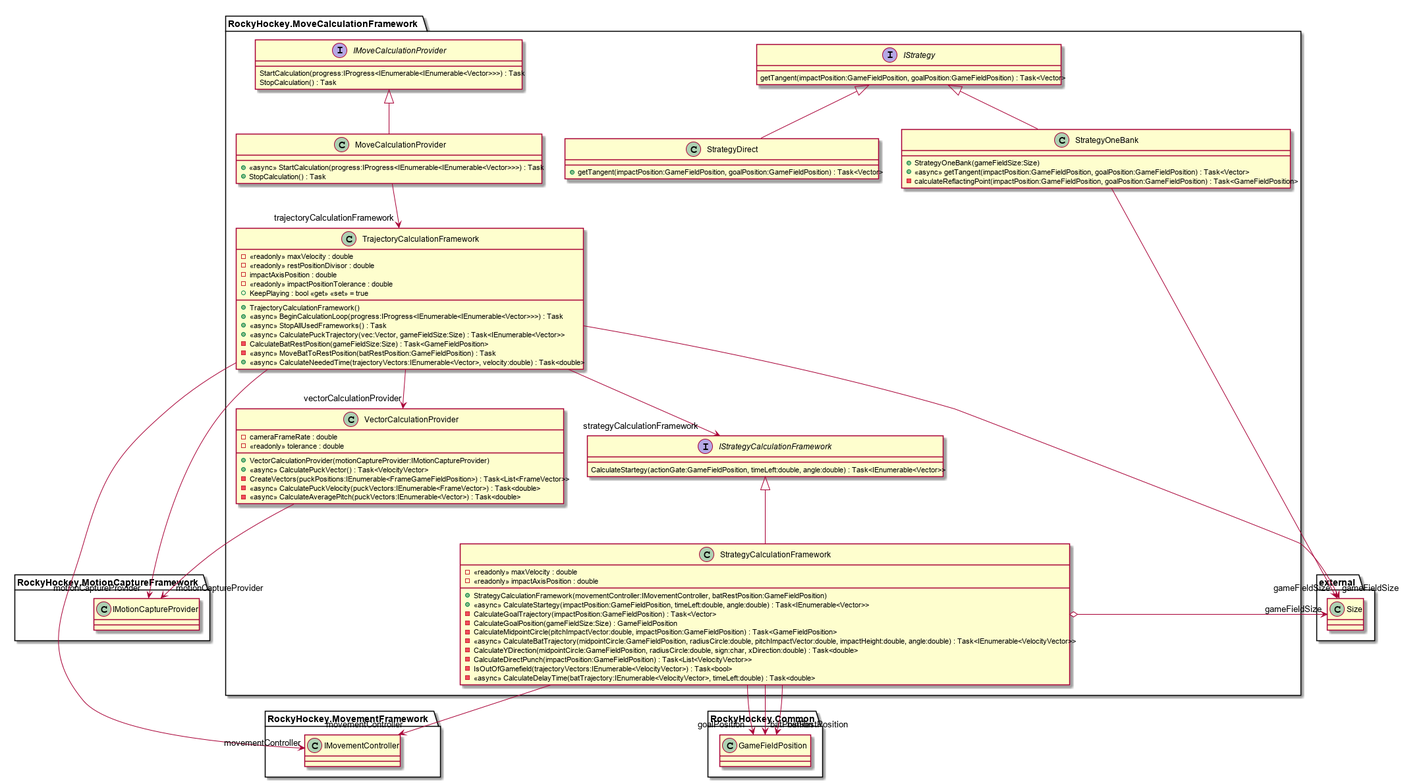
Before: diagrams/RockyHockey.MoveCalculationFramework.png, a diagram exported from PlantUML (R-Studios/Rocky-Hockey-IV). Source of this version:
```plantuml
@startuml
namespace RockyHockey.MoveCalculationFramework {
	interface IMoveCalculationProvider {
	    StartCalculation(progress:IProgress<IEnumerable<IEnumerable<Vector>>>) : Task
	    StopCalculation() : Task
	}
}
namespace RockyHockey.MoveCalculationFramework {
	interface IStrategy {
	    getTangent(impactPosition:GameFieldPosition, goalPosition:GameFieldPosition) : Task<Vector>
	}
}
namespace RockyHockey.MoveCalculationFramework {
	interface IStrategyCalculationFramework {
	    CalculateStartegy(actionGate:GameFieldPosition, timeLeft:double, angle:double) : Task<IEnumerable<Vector>>
	}
}
namespace RockyHockey.MoveCalculationFramework {
	class MoveCalculationProvider {
	    + <<async>> StartCalculation(progress:IProgress<IEnumerable<IEnumerable<Vector>>>) : Task
	    + StopCalculation() : Task
	}
	RockyHockey.MoveCalculationFramework.IMoveCalculationProvider <|-- MoveCalculationProvider
	MoveCalculationProvider --> "trajectoryCalculationFramework" RockyHockey.MoveCalculationFramework.TrajectoryCalculationFramework
}
namespace RockyHockey.MoveCalculationFramework {
	class StrategyCalculationFramework {
	    - <<readonly>> maxVelocity : double
	    - <<readonly>> impactAxisPosition : double
	    + StrategyCalculationFramework(movementController:IMovementController, batRestPosition:GameFieldPosition)
	    + <<async>> CalculateStartegy(impactPosition:GameFieldPosition, timeLeft:double, angle:double) : Task<IEnumerable<Vector>>
	    - CalculateGoalTrajectory(impactPosition:GameFieldPosition) : Task<Vector>
	    - CalculateGoalPosition(gameFieldSize:Size) : GameFieldPosition
	    - CalculateMidpointCircle(pitchImpactVector:double, impactPosition:GameFieldPosition) : Task<GameFieldPosition>
	    - <<async>> CalculateBatTrajectory(midpointCircle:GameFieldPosition, radiusCircle:double, pitchImpactVector:double, impactHeight:double, angle:double) : Task<IEnumerable<VelocityVector>>
	    - CalculateYDirection(midpointCircle:GameFieldPosition, radiusCircle:double, sign:char, xDirection:double) : Task<double>
	    - CalculateDirectPunch(impactPosition:GameFieldPosition) : Task<List<VelocityVector>>
	    - IsOutOfGamefield(trajectoryVectors:IEnumerable<VelocityVector>) : Task<bool>
	    - <<async>> CalculateDelayTime(batTrajectory:IEnumerable<VelocityVector>, timeLeft:double) : Task<double>
	}
	RockyHockey.MoveCalculationFramework.IStrategyCalculationFramework <|-- StrategyCalculationFramework
	StrategyCalculationFramework --> "goalPosition" RockyHockey.Common.GameFieldPosition
	StrategyCalculationFramework --> "batPosition" RockyHockey.Common.GameFieldPosition
	StrategyCalculationFramework --> "movementController" RockyHockey.MovementFramework.IMovementController
	StrategyCalculationFramework o-> "gameFieldSize" external.Size
	StrategyCalculationFramework --> "batRestPosition" RockyHockey.Common.GameFieldPosition
}
namespace RockyHockey.MoveCalculationFramework {
	class StrategyDirect {
	    + getTangent(impactPosition:GameFieldPosition, goalPosition:GameFieldPosition) : Task<Vector>
	}
	RockyHockey.MoveCalculationFramework.IStrategy <|-- StrategyDirect
}
namespace RockyHockey.MoveCalculationFramework {
	class StrategyOneBank {
	    + StrategyOneBank(gameFieldSize:Size)
	    + <<async>> getTangent(impactPosition:GameFieldPosition, goalPosition:GameFieldPosition) : Task<Vector>
	    - calculateReflactingPoint(impactPosition:GameFieldPosition, goalPosition:GameFieldPosition) : Task<GameFieldPosition>
	}
	RockyHockey.MoveCalculationFramework.IStrategy <|-- StrategyOneBank
	StrategyOneBank --> "gameFieldSize" external.Size
}
namespace RockyHockey.MoveCalculationFramework {
	class TrajectoryCalculationFramework {
	    + TrajectoryCalculationFramework()
	    - <<readonly>> maxVelocity : double
	    - <<readonly>> restPositionDivisor : double
	    - impactAxisPosition : double
	    - <<readonly>> impactPositionTolerance : double
	    + KeepPlaying : bool <<get>> <<set>> = true
	    + <<async>> BeginCalculationLoop(progress:IProgress<IEnumerable<IEnumerable<Vector>>>) : Task
	    + <<async>> StopAllUsedFrameworks() : Task
	    + <<async>> CalculatePuckTrajectory(vec:Vector, gameFieldSize:Size) : Task<IEnumerable<Vector>>
	    - CalculateBatRestPosition(gameFieldSize:Size) : Task<GameFieldPosition>
	    - <<async>> MoveBatToRestPosition(batRestPosition:GameFieldPosition) : Task
	    + <<async>> CalculateNeededTime(trajectoryVectors:IEnumerable<Vector>, velocity:double) : Task<double>
	}
	TrajectoryCalculationFramework --> "gameFieldSize" external.Size
	TrajectoryCalculationFramework --> "motionCaptureProvider" RockyHockey.MotionCaptureFramework.IMotionCaptureProvider
	TrajectoryCalculationFramework --> "movementController" RockyHockey.MovementFramework.IMovementController
	TrajectoryCalculationFramework --> "strategyCalculationFramework" RockyHockey.MoveCalculationFramework.IStrategyCalculationFramework
	TrajectoryCalculationFramework --> "vectorCalculationProvider" RockyHockey.MoveCalculationFramework.VectorCalculationProvider
}
namespace RockyHockey.MoveCalculationFramework {
	class VectorCalculationProvider {
	    + VectorCalculationProvider(motionCaptureProvider:IMotionCaptureProvider)
	    - cameraFrameRate : double
	    - <<readonly>> tolerance : double
	    + <<async>> CalculatePuckVector() : Task<VelocityVector>
	    - CreateVectors(puckPositions:IEnumerable<FrameGameFieldPosition>) : Task<List<FrameVector>>
	    - <<async>> CalculatePuckVelocity(puckVectors:IEnumerable<FrameVector>) : Task<double>
	    - <<async>> CalculateAveragePitch(puckVectors:IEnumerable<Vector>) : Task<double>
	}
	VectorCalculationProvider --> "motionCaptureProvider" RockyHockey.MotionCaptureFramework.IMotionCaptureProvider
}
@enduml
```
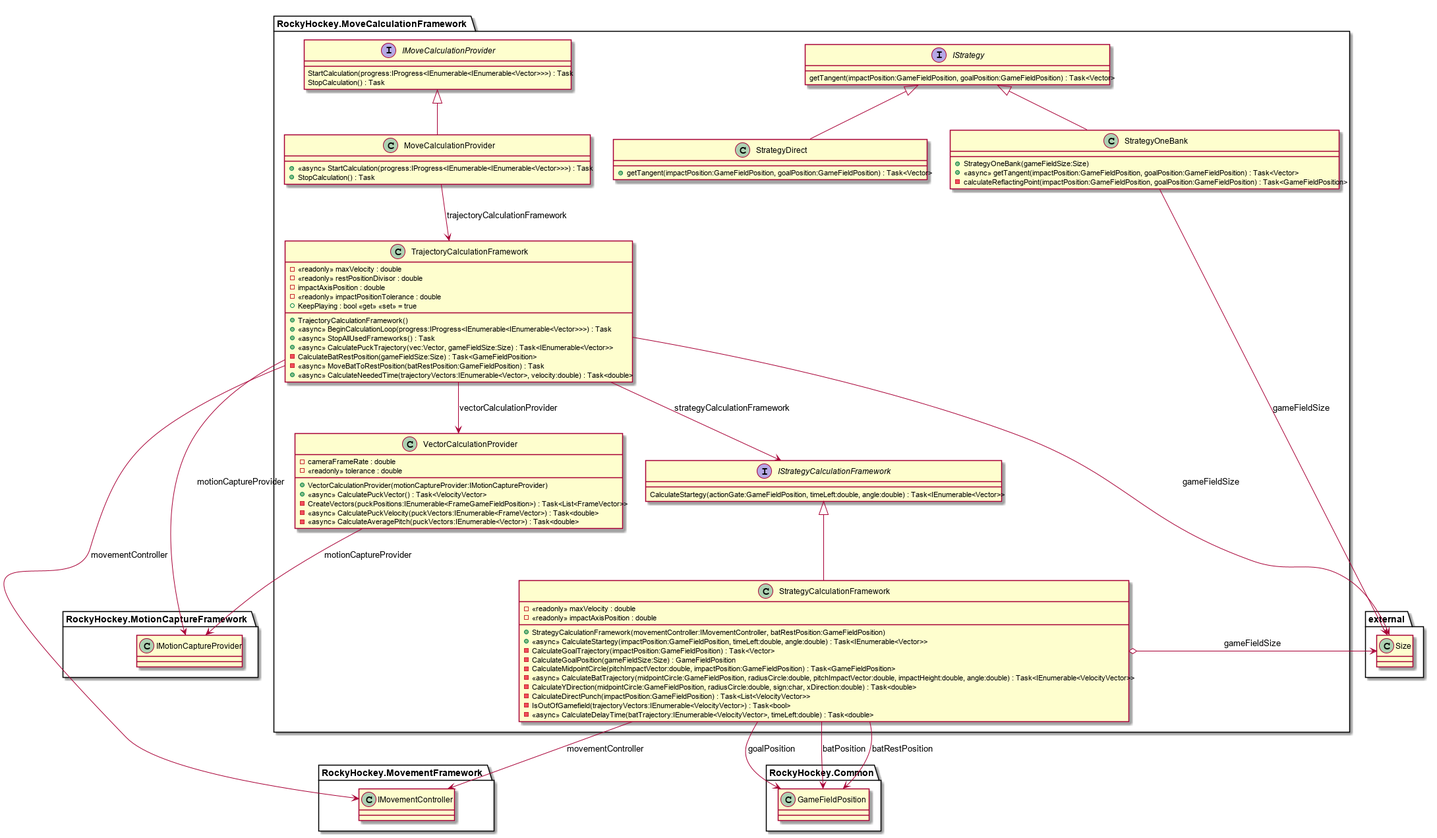
Later version of the same file.

The edit, as a diff of the source:
```diff
@@ -21,7 +21,7 @@
 	    + StopCalculation() : Task
 	}
 	RockyHockey.MoveCalculationFramework.IMoveCalculationProvider <|-- MoveCalculationProvider
-	MoveCalculationProvider --> "trajectoryCalculationFramework" RockyHockey.MoveCalculationFramework.TrajectoryCalculationFramework
+	MoveCalculationProvider --> RockyHockey.MoveCalculationFramework.TrajectoryCalculationFramework : trajectoryCalculationFramework
 }
 namespace RockyHockey.MoveCalculationFramework {
 	class StrategyCalculationFramework {
@@ -39,11 +39,11 @@
 	    - <<async>> CalculateDelayTime(batTrajectory:IEnumerable<VelocityVector>, timeLeft:double) : Task<double>
 	}
 	RockyHockey.MoveCalculationFramework.IStrategyCalculationFramework <|-- StrategyCalculationFramework
-	StrategyCalculationFramework --> "goalPosition" RockyHockey.Common.GameFieldPosition
-	StrategyCalculationFramework --> "batPosition" RockyHockey.Common.GameFieldPosition
-	StrategyCalculationFramework --> "movementController" RockyHockey.MovementFramework.IMovementController
-	StrategyCalculationFramework o-> "gameFieldSize" external.Size
-	StrategyCalculationFramework --> "batRestPosition" RockyHockey.Common.GameFieldPosition
+	StrategyCalculationFramework --> RockyHockey.Common.GameFieldPosition : goalPosition
+	StrategyCalculationFramework --> RockyHockey.Common.GameFieldPosition : batPosition
+	StrategyCalculationFramework --> RockyHockey.MovementFramework.IMovementController : movementController
+	StrategyCalculationFramework o-> external.Size : gameFieldSize
+	StrategyCalculationFramework --> RockyHockey.Common.GameFieldPosition : batRestPosition
 }
 namespace RockyHockey.MoveCalculationFramework {
 	class StrategyDirect {
@@ -58,7 +58,7 @@
 	    - calculateReflactingPoint(impactPosition:GameFieldPosition, goalPosition:GameFieldPosition) : Task<GameFieldPosition>
 	}
 	RockyHockey.MoveCalculationFramework.IStrategy <|-- StrategyOneBank
-	StrategyOneBank --> "gameFieldSize" external.Size
+	StrategyOneBank --> external.Size : gameFieldSize
 }
 namespace RockyHockey.MoveCalculationFramework {
 	class TrajectoryCalculationFramework {
@@ -75,11 +75,11 @@
 	    - <<async>> MoveBatToRestPosition(batRestPosition:GameFieldPosition) : Task
 	    + <<async>> CalculateNeededTime(trajectoryVectors:IEnumerable<Vector>, velocity:double) : Task<double>
 	}
-	TrajectoryCalculationFramework --> "gameFieldSize" external.Size
-	TrajectoryCalculationFramework --> "motionCaptureProvider" RockyHockey.MotionCaptureFramework.IMotionCaptureProvider
-	TrajectoryCalculationFramework --> "movementController" RockyHockey.MovementFramework.IMovementController
-	TrajectoryCalculationFramework --> "strategyCalculationFramework" RockyHockey.MoveCalculationFramework.IStrategyCalculationFramework
-	TrajectoryCalculationFramework --> "vectorCalculationProvider" RockyHockey.MoveCalculationFramework.VectorCalculationProvider
+	TrajectoryCalculationFramework --> external.Size : gameFieldSize
+	TrajectoryCalculationFramework --> RockyHockey.MotionCaptureFramework.IMotionCaptureProvider : motionCaptureProvider
+	TrajectoryCalculationFramework --> RockyHockey.MovementFramework.IMovementController : movementController
+	TrajectoryCalculationFramework --> RockyHockey.MoveCalculationFramework.IStrategyCalculationFramework : strategyCalculationFramework
+	TrajectoryCalculationFramework --> RockyHockey.MoveCalculationFramework.VectorCalculationProvider : vectorCalculationProvider
 }
 namespace RockyHockey.MoveCalculationFramework {
 	class VectorCalculationProvider {
@@ -91,6 +91,6 @@
 	    - <<async>> CalculatePuckVelocity(puckVectors:IEnumerable<FrameVector>) : Task<double>
 	    - <<async>> CalculateAveragePitch(puckVectors:IEnumerable<Vector>) : Task<double>
 	}
-	VectorCalculationProvider --> "motionCaptureProvider" RockyHockey.MotionCaptureFramework.IMotionCaptureProvider
+	VectorCalculationProvider --> RockyHockey.MotionCaptureFramework.IMotionCaptureProvider : motionCaptureProvider
 }
 @enduml
```
